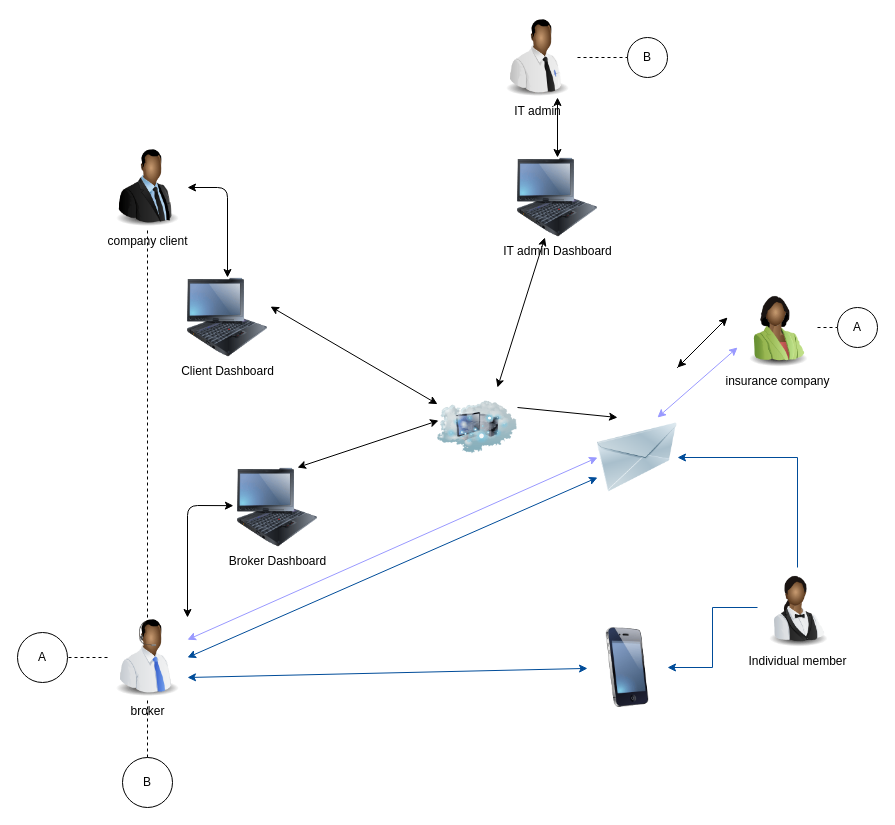
jasarvn/howdengroup keeps this draw.io diagram as page "Page-8" (4 of 10) of howdengroup.drawio. Above is the earlier version. Source tidied: cells renumbered, new cells numbered last; positions are measured from the earlier drawing's top-left corner, leaving out a move shared by most shapes. Both pictures are drawn from the tidied source at 100%, with x=0, y=0 at pixel (17, 17).
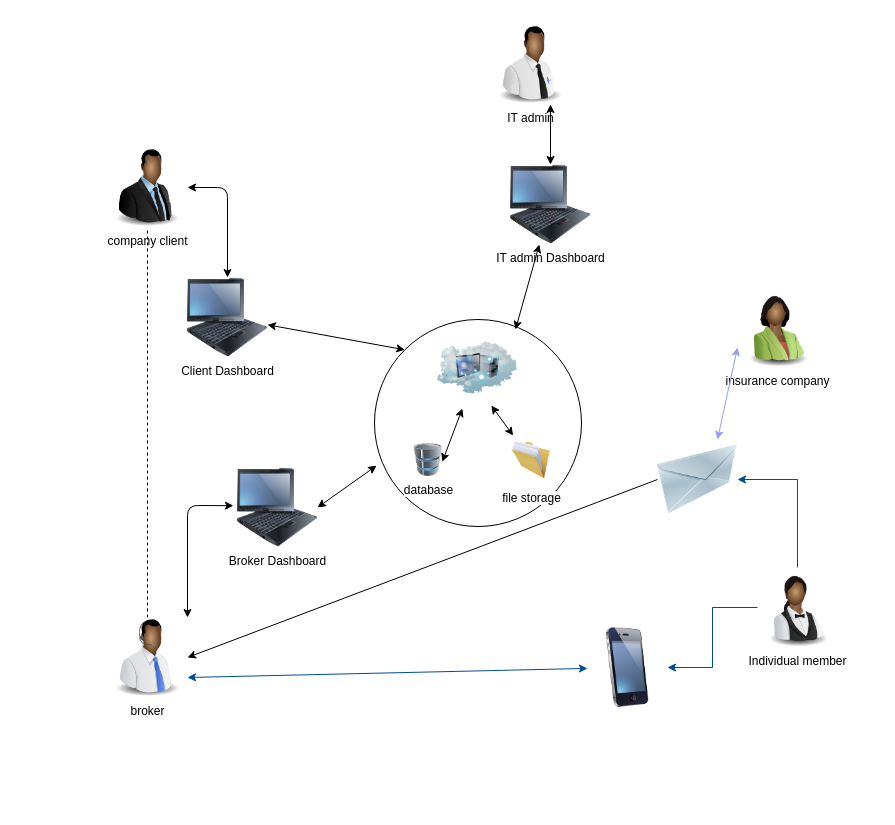
The same page after the edit.

The change refers to these unchanged cells:
```xml
<mxCell id="2" value="company client" style="image;html=1;labelBackgroundColor=#ffffff;image=img/lib/clip_art/people/Suit_Man_Black_128x128.png;" parent="1" vertex="1">
  <mxGeometry x="90" y="130" width="80" height="80" as="geometry" />
</mxCell>
<mxCell id="3" value="broker" style="image;html=1;labelBackgroundColor=#ffffff;image=img/lib/clip_art/people/Telesales_Man_Black_128x128.png;" parent="1" vertex="1">
  <mxGeometry x="90" y="600" width="80" height="80" as="geometry" />
</mxCell>
<mxCell id="5" value="insurance company" style="image;html=1;labelBackgroundColor=#ffffff;image=img/lib/clip_art/people/Suit_Woman_Green_Black_128x128.png;" parent="1" vertex="1">
  <mxGeometry x="720" y="270" width="80" height="80" as="geometry" />
</mxCell>
<mxCell id="9" value="Client Dashboard" style="image;html=1;labelBackgroundColor=#ffffff;image=img/lib/clip_art/computers/IBM_Tablet_128x128.png;" parent="1" vertex="1">
  <mxGeometry x="170" y="260" width="80" height="80" as="geometry" />
</mxCell>
<mxCell id="11" value="Broker Dashboard" style="image;html=1;labelBackgroundColor=#ffffff;image=img/lib/clip_art/computers/IBM_Tablet_128x128.png;" parent="1" vertex="1">
  <mxGeometry x="220" y="450" width="80" height="80" as="geometry" />
</mxCell>
```

The edit, as a diff of the source:
```diff
@@
     <mxCell id="4" value="IT admin" style="image;html=1;labelBackgroundColor=#ffffff;image=img/lib/clip_art/people/Tech_Man_Black_128x128.png;" parent="1" vertex="1">
-      <mxGeometry x="480" width="80" height="80" as="geometry" />
+      <mxGeometry x="473" y="7" width="80" height="80" as="geometry" />
     </mxCell>
@@
     <mxCell id="10" value="IT admin Dashboard" style="image;html=1;labelBackgroundColor=#ffffff;image=img/lib/clip_art/computers/IBM_Tablet_128x128.png;" parent="1" vertex="1">
-      <mxGeometry x="500" y="140" width="80" height="80" as="geometry" />
+      <mxGeometry x="493" y="147" width="80" height="80" as="geometry" />
     </mxCell>
@@
-    <mxCell id="12" style="image;html=1;labelBackgroundColor=#ffffff;image=img/lib/clip_art/networking/Cloud_Computer_128x128.png;" parent="1" vertex="1">
-      <mxGeometry x="420" y="370" width="80" height="80" as="geometry" />
-    </mxCell>
     <mxCell id="13" style="image;html=1;labelBackgroundColor=#ffffff;image=img/lib/clip_art/networking/Email_128x128.png;" parent="1" vertex="1">
-      <mxGeometry x="580" y="400" width="80" height="80" as="geometry" />
+      <mxGeometry x="640" y="422" width="80" height="80" as="geometry" />
     </mxCell>
@@
-    <mxCell id="15" style="endArrow=classic;startArrow=classic;html=1;entryX=0;entryY=0.5;entryDx=0;entryDy=0;strokeColor=#9999FF;" parent="1" edge="1" source="3" target="13">
-      <mxGeometry relative="1" as="geometry" />
-    </mxCell>
@@
-    <mxCell id="17" style="endArrow=classic;html=1;entryX=0.25;entryY=0;entryDx=0;entryDy=0;exitX=1;exitY=0.25;exitDx=0;exitDy=0;" parent="1" edge="1" source="12" target="13">
-      <mxGeometry relative="1" as="geometry" />
-    </mxCell>
@@
-    <mxCell id="19" style="endArrow=classic;startArrow=classic;html=1;exitX=0.75;exitY=0;exitDx=0;exitDy=0;entryX=0.013;entryY=0.413;entryDx=0;entryDy=0;entryPerimeter=0;" parent="1" edge="1" source="11" target="12">
-      <mxGeometry relative="1" as="geometry" />
-    </mxCell>
-    <mxCell id="20" style="endArrow=classic;startArrow=classic;html=1;exitX=1.038;exitY=0.363;exitDx=0;exitDy=0;exitPerimeter=0;" parent="1" edge="1" source="9" target="12">
-      <mxGeometry relative="1" as="geometry" />
-    </mxCell>
-    <mxCell id="21" style="endArrow=classic;startArrow=classic;html=1;exitX=0.75;exitY=0;exitDx=0;exitDy=0;" parent="1" edge="1" source="12" target="10">
-      <mxGeometry relative="1" as="geometry" />
-    </mxCell>
-    <mxCell id="22" style="endArrow=classic;startArrow=classic;html=1;strokeColor=#004C99;exitX=1;exitY=0.5;exitDx=0;exitDy=0;entryX=0;entryY=0.75;entryDx=0;entryDy=0;" parent="1" edge="1" source="3" target="13">
-      <mxGeometry relative="1" as="geometry" />
-    </mxCell>
-    <mxCell id="23" style="endArrow=classic;startArrow=classic;html=1;" parent="1" edge="1">
-      <mxGeometry relative="1" as="geometry">
-        <mxPoint x="660" y="350" as="sourcePoint" />
-        <mxPoint x="710" y="300" as="targetPoint" />
-      </mxGeometry>
+    <mxCell id="23" style="endArrow=classic;startArrow=classic;html=1;exitX=0;exitY=0;exitDx=0;exitDy=0;" parent="1" edge="1" source="39" target="9">
+      <mxGeometry relative="1" as="geometry" />
     </mxCell>
-    <mxCell id="24" style="endArrow=none;dashed=1;html=1;" parent="1" edge="1">
-      <mxGeometry relative="1" as="geometry">
-        <mxPoint x="660" y="350" as="sourcePoint" />
-        <mxPoint x="710" y="300" as="targetPoint" />
-      </mxGeometry>
-    </mxCell>
-    <mxCell id="25" style="endArrow=none;dashed=1;html=1;" parent="1" edge="1">
-      <mxGeometry relative="1" as="geometry">
-        <mxPoint x="660" y="350" as="sourcePoint" />
-        <mxPoint x="710" y="300" as="targetPoint" />
-      </mxGeometry>
-    </mxCell>
-    <mxCell id="26" style="endArrow=none;dashed=1;html=1;" parent="1" edge="1">
-      <mxGeometry relative="1" as="geometry">
-        <mxPoint x="660" y="350" as="sourcePoint" />
-        <mxPoint x="710" y="300" as="targetPoint" />
-      </mxGeometry>
-    </mxCell>
-    <mxCell id="27" style="endArrow=none;dashed=1;html=1;exitX=0.5;exitY=0;exitDx=0;exitDy=0;" parent="1" edge="1" source="3" target="2">
-      <mxGeometry relative="1" as="geometry" />
-    </mxCell>
-    <mxCell id="28" style="endArrow=none;dashed=1;html=1;exitX=1;exitY=0.5;exitDx=0;exitDy=0;" parent="1" edge="1" source="5" target="29">
-      <mxGeometry relative="1" as="geometry" />
-    </mxCell>
-    <mxCell id="29" value="A" style="ellipse;whiteSpace=wrap;html=1;" parent="1" vertex="1">
-      <mxGeometry x="820" y="290" width="40" height="40" as="geometry" />
-    </mxCell>
-    <mxCell id="30" style="endArrow=none;dashed=1;html=1;exitX=0;exitY=0.5;exitDx=0;exitDy=0;" parent="1" edge="1" source="3" target="31">
-      <mxGeometry relative="1" as="geometry" />
-    </mxCell>
-    <mxCell id="31" value="A" style="ellipse;whiteSpace=wrap;html=1;" parent="1" vertex="1">
-      <mxGeometry y="615" width="50" height="50" as="geometry" />
-    </mxCell>
@@
-    <mxCell id="35" value="B" style="ellipse;whiteSpace=wrap;html=1;" parent="1" vertex="1">
-      <mxGeometry x="610" y="20" width="40" height="40" as="geometry" />
-    </mxCell>
-    <mxCell id="36" style="endArrow=none;dashed=1;html=1;entryX=0;entryY=0.5;entryDx=0;entryDy=0;exitX=1;exitY=0.5;exitDx=0;exitDy=0;" parent="1" edge="1" source="4" target="35">
-      <mxGeometry relative="1" as="geometry" />
-    </mxCell>
-    <mxCell id="37" value="B" style="ellipse;whiteSpace=wrap;html=1;" parent="1" vertex="1">
-      <mxGeometry x="105" y="740" width="50" height="50" as="geometry" />
-    </mxCell>
-    <mxCell id="38" style="endArrow=none;dashed=1;html=1;exitX=0.5;exitY=0;exitDx=0;exitDy=0;" parent="1" edge="1" source="37" target="3">
-      <mxGeometry relative="1" as="geometry" />
-    </mxCell>
+    <mxCell id="39" style="ellipse;whiteSpace=wrap;html=1;fillColor=none;" parent="1" vertex="1">
+      <mxGeometry x="357" y="302" width="207" height="207" as="geometry" />
+    </mxCell>
+    <mxCell id="40" style="image;html=1;labelBackgroundColor=#ffffff;image=img/lib/clip_art/networking/Cloud_Computer_128x128.png;" parent="1" vertex="1">
+      <mxGeometry x="420" y="311" width="80" height="80" as="geometry" />
+    </mxCell>
+    <mxCell id="41" value="file storage" style="image;html=1;labelBackgroundColor=#ffffff;image=img/lib/clip_art/general/Full_Folder_128x128.png;" parent="1" vertex="1">
+      <mxGeometry x="494" y="418" width="39" height="49" as="geometry" />
+    </mxCell>
+    <mxCell id="42" value="database" style="image;html=1;labelBackgroundColor=#ffffff;image=img/lib/clip_art/computers/Database_128x128.png;" parent="1" vertex="1">
+      <mxGeometry x="394" y="426" width="34" height="33" as="geometry" />
+    </mxCell>
+    <mxCell id="43" style="endArrow=classic;startArrow=classic;html=1;exitX=0.905;exitY=0.554;exitDx=0;exitDy=0;exitPerimeter=0;" parent="1" edge="1" source="42" target="40">
+      <mxGeometry relative="1" as="geometry" />
+    </mxCell>
+    <mxCell id="44" style="endArrow=classic;startArrow=classic;html=1;entryX=0.673;entryY=0.964;entryDx=0;entryDy=0;entryPerimeter=0;" parent="1" edge="1" source="41" target="40">
+      <mxGeometry relative="1" as="geometry" />
+    </mxCell>
+    <mxCell id="45" style="endArrow=classic;startArrow=classic;html=1;" parent="1" edge="1" target="10">
+      <mxGeometry relative="1" as="geometry">
+        <mxPoint x="498" y="312" as="sourcePoint" />
+      </mxGeometry>
+    </mxCell>
+    <mxCell id="46" style="endArrow=classic;html=1;exitX=0;exitY=0.5;exitDx=0;exitDy=0;entryX=1;entryY=0.5;entryDx=0;entryDy=0;" parent="1" edge="1" source="13" target="3">
+      <mxGeometry relative="1" as="geometry" />
+    </mxCell>
+    <mxCell id="47" style="endArrow=classic;startArrow=classic;html=1;exitX=1;exitY=0.5;exitDx=0;exitDy=0;entryX=0.01;entryY=0.706;entryDx=0;entryDy=0;entryPerimeter=0;" parent="1" edge="1" source="11" target="39">
+      <mxGeometry relative="1" as="geometry" />
+    </mxCell>
+    <mxCell id="27" style="endArrow=none;dashed=1;html=1;exitX=0.5;exitY=0;exitDx=0;exitDy=0;" parent="1" edge="1" source="3" target="2">
+      <mxGeometry relative="1" as="geometry" />
+    </mxCell>
```
